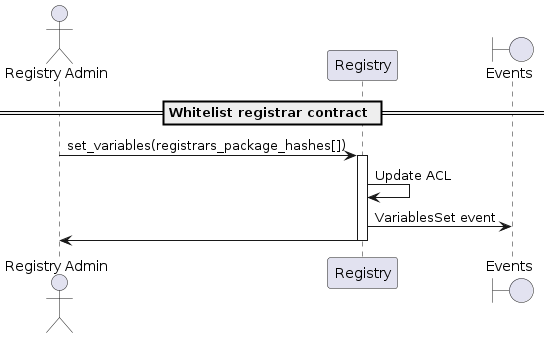
Before: docs/sequence-diagrams/puml/whitelist-registrar.png, a diagram exported from PlantUML (make-software/cspr-name-contracts).
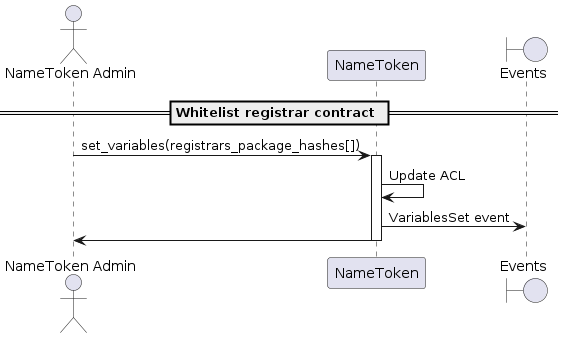
Above is the later version.

The edit, as a diff of the source:
```diff
@@ -1,16 +1,16 @@
 @startuml
 
-actor "Registry Admin"
-participant "Registry"
+actor "NameToken Admin"
+participant "NameToken"
 boundary "Events"
 
 == Whitelist registrar contract ==
 
-"Registry Admin" -> "Registry": set_variables(registrars_package_hashes[])
-activate "Registry"
-Registry -> Registry: Update ACL
-Registry -> "Events": VariablesSet event
-"Registry" -> "Registry Admin"
-deactivate "Registry"
+"NameToken Admin" -> "NameToken": set_variables(registrars_package_hashes[])
+activate "NameToken"
+NameToken -> NameToken: Update ACL
+NameToken -> "Events": VariablesSet event
+"NameToken" -> "NameToken Admin"
+deactivate "NameToken"
 
 @enduml
```
